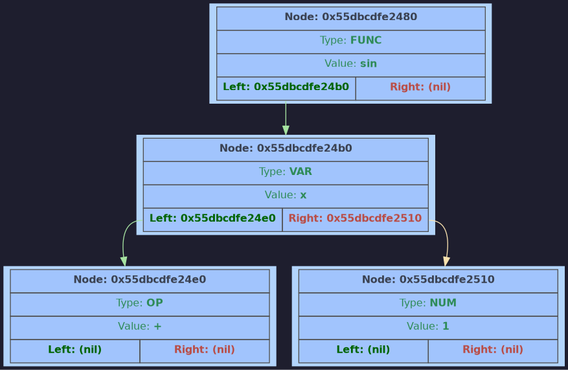
The Graphviz diagram GraphDump/dump.png in F1merhub/Differencator, before a commit. Its source is kept beside it as GraphDump/dump.dot.
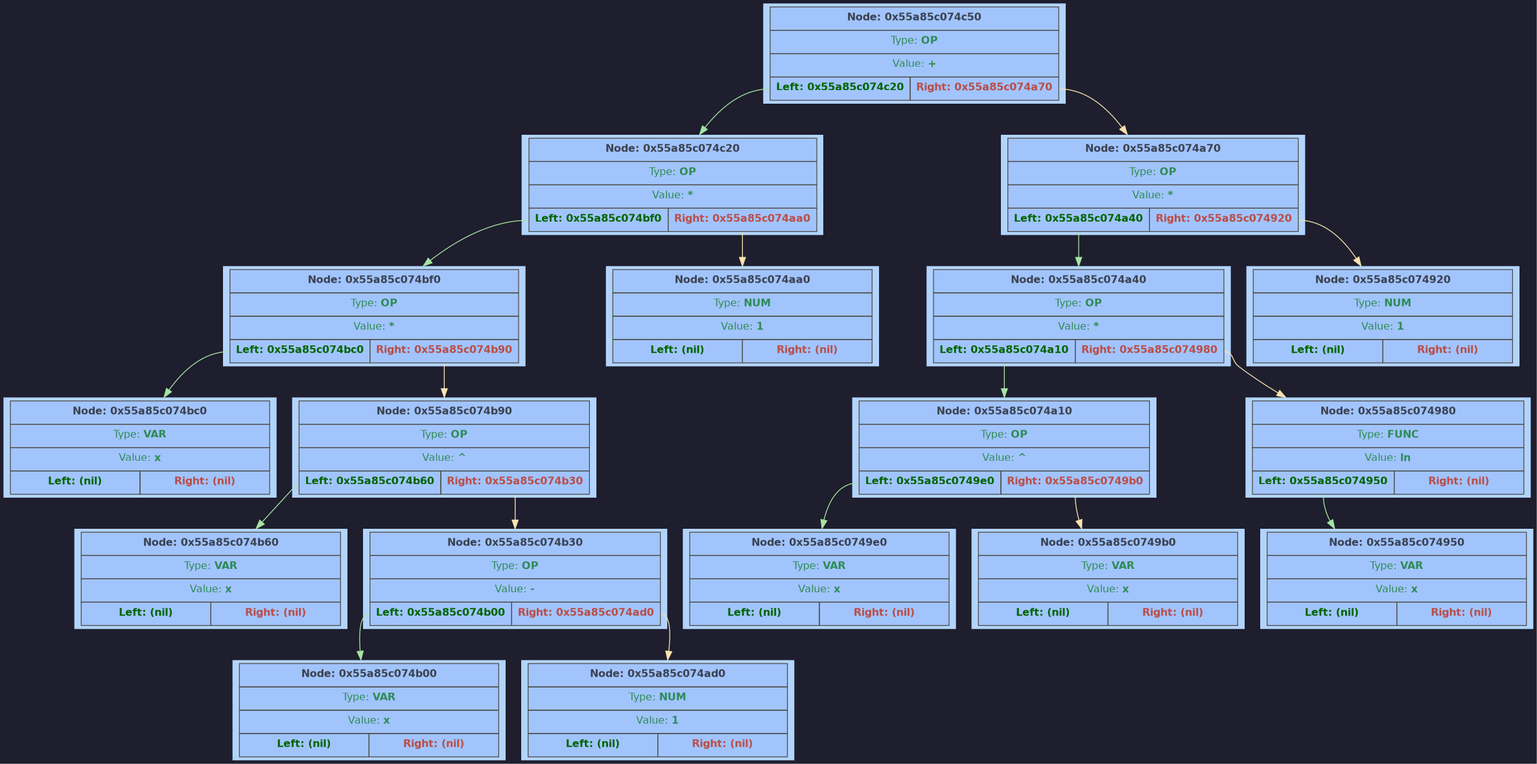
The same file after the commit.

The edit, as a diff of the source:
```diff
@@ -2,69 +2,201 @@
 	rankdir = TB;
 	bgcolor="#1e1e2e";
 	node [shape=rectangle, style=filled, fontname=Helvetica, fontsize=12, fillcolor="#89b4fa", color="#cba6f7", fontcolor="#1e1e2e"];
-	node0x56256ab42480 [shape=plaintext; style=filled; color="#fcf0d2"; fillcolor="#b2d4fc"; label = <
+	node0x55a85c074c50 [shape=plaintext; style=filled; color="#fcf0d2"; fillcolor="#b2d4fc"; label = <
 		<table BORDER="0" CELLBORDER="1" CELLSPACING="0" CELLPADDING="6" BGCOLOR="#a1c4fd" COLOR="#4f4f4f">
-			<tr><td align='center' colspan='2'><FONT COLOR='#3b4252'><b>Node: 0x56256ab42480</b></FONT></td></tr>
-			<tr><td align='center' colspan='2'><FONT COLOR='#2e8b57'>Type: <b>FUNC</b></FONT></td></tr>
-			<tr><td align='center' colspan='2'><FONT COLOR='#2e8b57'>Value: <b>sin</b></FONT></td></tr>
+			<tr><td align='center' colspan='2'><FONT COLOR='#3b4252'><b>Node: 0x55a85c074c50</b></FONT></td></tr>
+			<tr><td align='center' colspan='2'><FONT COLOR='#2e8b57'>Type: <b>OP</b></FONT></td></tr>
+			<tr><td align='center' colspan='2'><FONT COLOR='#2e8b57'>Value: <b>+</b></FONT></td></tr>
 			<tr>
-				<td WIDTH='150' PORT='left' align='center'><FONT COLOR='#006400'><b>Left: 0x56256ab424b0</b></FONT></td>
-				<td WIDTH='150' PORT='right' align='center'><FONT COLOR='#b94e48'><b>Right: (nil)</b></FONT></td>
+				<td WIDTH='150' PORT='left' align='center'><FONT COLOR='#006400'><b>Left: 0x55a85c074c20</b></FONT></td>
+				<td WIDTH='150' PORT='right' align='center'><FONT COLOR='#b94e48'><b>Right: 0x55a85c074a70</b></FONT></td>
 			</tr>
 		</table> >];
-	node0x56256ab424b0 [shape=plaintext; style=filled; color="#fcf0d2"; fillcolor="#b2d4fc"; label = <
+	node0x55a85c074c20 [shape=plaintext; style=filled; color="#fcf0d2"; fillcolor="#b2d4fc"; label = <
 		<table BORDER="0" CELLBORDER="1" CELLSPACING="0" CELLPADDING="6" BGCOLOR="#a1c4fd" COLOR="#4f4f4f">
-			<tr><td align='center' colspan='2'><FONT COLOR='#3b4252'><b>Node: 0x56256ab424b0</b></FONT></td></tr>
+			<tr><td align='center' colspan='2'><FONT COLOR='#3b4252'><b>Node: 0x55a85c074c20</b></FONT></td></tr>
 			<tr><td align='center' colspan='2'><FONT COLOR='#2e8b57'>Type: <b>OP</b></FONT></td></tr>
 			<tr><td align='center' colspan='2'><FONT COLOR='#2e8b57'>Value: <b>*</b></FONT></td></tr>
 			<tr>
-				<td WIDTH='150' PORT='left' align='center'><FONT COLOR='#006400'><b>Left: 0x56256ab424e0</b></FONT></td>
-				<td WIDTH='150' PORT='right' align='center'><FONT COLOR='#b94e48'><b>Right: 0x56256ab42570</b></FONT></td>
+				<td WIDTH='150' PORT='left' align='center'><FONT COLOR='#006400'><b>Left: 0x55a85c074bf0</b></FONT></td>
+				<td WIDTH='150' PORT='right' align='center'><FONT COLOR='#b94e48'><b>Right: 0x55a85c074aa0</b></FONT></td>
 			</tr>
 		</table> >];
-	node0x56256ab424e0 [shape=plaintext; style=filled; color="#fcf0d2"; fillcolor="#b2d4fc"; label = <
+	node0x55a85c074bf0 [shape=plaintext; style=filled; color="#fcf0d2"; fillcolor="#b2d4fc"; label = <
 		<table BORDER="0" CELLBORDER="1" CELLSPACING="0" CELLPADDING="6" BGCOLOR="#a1c4fd" COLOR="#4f4f4f">
-			<tr><td align='center' colspan='2'><FONT COLOR='#3b4252'><b>Node: 0x56256ab424e0</b></FONT></td></tr>
+			<tr><td align='center' colspan='2'><FONT COLOR='#3b4252'><b>Node: 0x55a85c074bf0</b></FONT></td></tr>
 			<tr><td align='center' colspan='2'><FONT COLOR='#2e8b57'>Type: <b>OP</b></FONT></td></tr>
-			<tr><td align='center' colspan='2'><FONT COLOR='#2e8b57'>Value: <b>/</b></FONT></td></tr>
+			<tr><td align='center' colspan='2'><FONT COLOR='#2e8b57'>Value: <b>*</b></FONT></td></tr>
 			<tr>
-				<td WIDTH='150' PORT='left' align='center'><FONT COLOR='#006400'><b>Left: 0x56256ab42510</b></FONT></td>
-				<td WIDTH='150' PORT='right' align='center'><FONT COLOR='#b94e48'><b>Right: 0x56256ab42540</b></FONT></td>
+				<td WIDTH='150' PORT='left' align='center'><FONT COLOR='#006400'><b>Left: 0x55a85c074bc0</b></FONT></td>
+				<td WIDTH='150' PORT='right' align='center'><FONT COLOR='#b94e48'><b>Right: 0x55a85c074b90</b></FONT></td>
 			</tr>
 		</table> >];
-	node0x56256ab42510 [shape=plaintext; style=filled; color="#fcf0d2"; fillcolor="#b2d4fc"; label = <
+	node0x55a85c074bc0 [shape=plaintext; style=filled; color="#fcf0d2"; fillcolor="#b2d4fc"; label = <
 		<table BORDER="0" CELLBORDER="1" CELLSPACING="0" CELLPADDING="6" BGCOLOR="#a1c4fd" COLOR="#4f4f4f">
-			<tr><td align='center' colspan='2'><FONT COLOR='#3b4252'><b>Node: 0x56256ab42510</b></FONT></td></tr>
-			<tr><td align='center' colspan='2'><FONT COLOR='#2e8b57'>Type: <b>NUM</b></FONT></td></tr>
-			<tr><td align='center' colspan='2'><FONT COLOR='#2e8b57'>Value: <b>3.14159</b></FONT></td></tr>
+			<tr><td align='center' colspan='2'><FONT COLOR='#3b4252'><b>Node: 0x55a85c074bc0</b></FONT></td></tr>
+			<tr><td align='center' colspan='2'><FONT COLOR='#2e8b57'>Type: <b>VAR</b></FONT></td></tr>
+			<tr><td align='center' colspan='2'><FONT COLOR='#2e8b57'>Value: <b>x</b></FONT></td></tr>
 			<tr>
 				<td WIDTH='150' PORT='left' align='center'><FONT COLOR='#006400'><b>Left: (nil)</b></FONT></td>
 				<td WIDTH='150' PORT='right' align='center'><FONT COLOR='#b94e48'><b>Right: (nil)</b></FONT></td>
 			</tr>
 		</table> >];
-	node0x56256ab424e0:left -> node0x56256ab42510 [color="#a6e3a1"]
-	node0x56256ab42540 [shape=plaintext; style=filled; color="#fcf0d2"; fillcolor="#b2d4fc"; label = <
+	node0x55a85c074bf0:left -> node0x55a85c074bc0 [color="#a6e3a1"]
+	node0x55a85c074b90 [shape=plaintext; style=filled; color="#fcf0d2"; fillcolor="#b2d4fc"; label = <
 		<table BORDER="0" CELLBORDER="1" CELLSPACING="0" CELLPADDING="6" BGCOLOR="#a1c4fd" COLOR="#4f4f4f">
-			<tr><td align='center' colspan='2'><FONT COLOR='#3b4252'><b>Node: 0x56256ab42540</b></FONT></td></tr>
-			<tr><td align='center' colspan='2'><FONT COLOR='#2e8b57'>Type: <b>NUM</b></FONT></td></tr>
-			<tr><td align='center' colspan='2'><FONT COLOR='#2e8b57'>Value: <b>2</b></FONT></td></tr>
+			<tr><td align='center' colspan='2'><FONT COLOR='#3b4252'><b>Node: 0x55a85c074b90</b></FONT></td></tr>
+			<tr><td align='center' colspan='2'><FONT COLOR='#2e8b57'>Type: <b>OP</b></FONT></td></tr>
+			<tr><td align='center' colspan='2'><FONT COLOR='#2e8b57'>Value: <b>^</b></FONT></td></tr>
+			<tr>
+				<td WIDTH='150' PORT='left' align='center'><FONT COLOR='#006400'><b>Left: 0x55a85c074b60</b></FONT></td>
+				<td WIDTH='150' PORT='right' align='center'><FONT COLOR='#b94e48'><b>Right: 0x55a85c074b30</b></FONT></td>
+			</tr>
+		</table> >];
+	node0x55a85c074b60 [shape=plaintext; style=filled; color="#fcf0d2"; fillcolor="#b2d4fc"; label = <
+		<table BORDER="0" CELLBORDER="1" CELLSPACING="0" CELLPADDING="6" BGCOLOR="#a1c4fd" COLOR="#4f4f4f">
+			<tr><td align='center' colspan='2'><FONT COLOR='#3b4252'><b>Node: 0x55a85c074b60</b></FONT></td></tr>
+			<tr><td align='center' colspan='2'><FONT COLOR='#2e8b57'>Type: <b>VAR</b></FONT></td></tr>
+			<tr><td align='center' colspan='2'><FONT COLOR='#2e8b57'>Value: <b>x</b></FONT></td></tr>
 			<tr>
 				<td WIDTH='150' PORT='left' align='center'><FONT COLOR='#006400'><b>Left: (nil)</b></FONT></td>
 				<td WIDTH='150' PORT='right' align='center'><FONT COLOR='#b94e48'><b>Right: (nil)</b></FONT></td>
 			</tr>
 		</table> >];
-	node0x56256ab424e0:right -> node0x56256ab42540 [color="#f9e2af"]
-	node0x56256ab424b0:left -> node0x56256ab424e0 [color="#a6e3a1"]
-	node0x56256ab42570 [shape=plaintext; style=filled; color="#fcf0d2"; fillcolor="#b2d4fc"; label = <
+	node0x55a85c074b90:left -> node0x55a85c074b60 [color="#a6e3a1"]
+	node0x55a85c074b30 [shape=plaintext; style=filled; color="#fcf0d2"; fillcolor="#b2d4fc"; label = <
 		<table BORDER="0" CELLBORDER="1" CELLSPACING="0" CELLPADDING="6" BGCOLOR="#a1c4fd" COLOR="#4f4f4f">
-			<tr><td align='center' colspan='2'><FONT COLOR='#3b4252'><b>Node: 0x56256ab42570</b></FONT></td></tr>
-			<tr><td align='center' colspan='2'><FONT COLOR='#2e8b57'>Type: <b>NUM</b></FONT></td></tr>
-			<tr><td align='center' colspan='2'><FONT COLOR='#2e8b57'>Value: <b>-1</b></FONT></td></tr>
+			<tr><td align='center' colspan='2'><FONT COLOR='#3b4252'><b>Node: 0x55a85c074b30</b></FONT></td></tr>
+			<tr><td align='center' colspan='2'><FONT COLOR='#2e8b57'>Type: <b>OP</b></FONT></td></tr>
+			<tr><td align='center' colspan='2'><FONT COLOR='#2e8b57'>Value: <b>-</b></FONT></td></tr>
+			<tr>
+				<td WIDTH='150' PORT='left' align='center'><FONT COLOR='#006400'><b>Left: 0x55a85c074b00</b></FONT></td>
+				<td WIDTH='150' PORT='right' align='center'><FONT COLOR='#b94e48'><b>Right: 0x55a85c074ad0</b></FONT></td>
+			</tr>
+		</table> >];
+	node0x55a85c074b00 [shape=plaintext; style=filled; color="#fcf0d2"; fillcolor="#b2d4fc"; label = <
+		<table BORDER="0" CELLBORDER="1" CELLSPACING="0" CELLPADDING="6" BGCOLOR="#a1c4fd" COLOR="#4f4f4f">
+			<tr><td align='center' colspan='2'><FONT COLOR='#3b4252'><b>Node: 0x55a85c074b00</b></FONT></td></tr>
+			<tr><td align='center' colspan='2'><FONT COLOR='#2e8b57'>Type: <b>VAR</b></FONT></td></tr>
+			<tr><td align='center' colspan='2'><FONT COLOR='#2e8b57'>Value: <b>x</b></FONT></td></tr>
 			<tr>
 				<td WIDTH='150' PORT='left' align='center'><FONT COLOR='#006400'><b>Left: (nil)</b></FONT></td>
 				<td WIDTH='150' PORT='right' align='center'><FONT COLOR='#b94e48'><b>Right: (nil)</b></FONT></td>
 			</tr>
 		</table> >];
-	node0x56256ab424b0:right -> node0x56256ab42570 [color="#f9e2af"]
-	node0x56256ab42480:left -> node0x56256ab424b0 [color="#a6e3a1"]
+	node0x55a85c074b30:left -> node0x55a85c074b00 [color="#a6e3a1"]
+	node0x55a85c074ad0 [shape=plaintext; style=filled; color="#fcf0d2"; fillcolor="#b2d4fc"; label = <
+		<table BORDER="0" CELLBORDER="1" CELLSPACING="0" CELLPADDING="6" BGCOLOR="#a1c4fd" COLOR="#4f4f4f">
+			<tr><td align='center' colspan='2'><FONT COLOR='#3b4252'><b>Node: 0x55a85c074ad0</b></FONT></td></tr>
+			<tr><td align='center' colspan='2'><FONT COLOR='#2e8b57'>Type: <b>NUM</b></FONT></td></tr>
+			<tr><td align='center' colspan='2'><FONT COLOR='#2e8b57'>Value: <b>1</b></FONT></td></tr>
+			<tr>
+				<td WIDTH='150' PORT='left' align='center'><FONT COLOR='#006400'><b>Left: (nil)</b></FONT></td>
+				<td WIDTH='150' PORT='right' align='center'><FONT COLOR='#b94e48'><b>Right: (nil)</b></FONT></td>
+			</tr>
+		</table> >];
+	node0x55a85c074b30:right -> node0x55a85c074ad0 [color="#f9e2af"]
+	node0x55a85c074b90:right -> node0x55a85c074b30 [color="#f9e2af"]
+	node0x55a85c074bf0:right -> node0x55a85c074b90 [color="#f9e2af"]
+	node0x55a85c074c20:left -> node0x55a85c074bf0 [color="#a6e3a1"]
+	node0x55a85c074aa0 [shape=plaintext; style=filled; color="#fcf0d2"; fillcolor="#b2d4fc"; label = <
+		<table BORDER="0" CELLBORDER="1" CELLSPACING="0" CELLPADDING="6" BGCOLOR="#a1c4fd" COLOR="#4f4f4f">
+			<tr><td align='center' colspan='2'><FONT COLOR='#3b4252'><b>Node: 0x55a85c074aa0</b></FONT></td></tr>
+			<tr><td align='center' colspan='2'><FONT COLOR='#2e8b57'>Type: <b>NUM</b></FONT></td></tr>
+			<tr><td align='center' colspan='2'><FONT COLOR='#2e8b57'>Value: <b>1</b></FONT></td></tr>
+			<tr>
+				<td WIDTH='150' PORT='left' align='center'><FONT COLOR='#006400'><b>Left: (nil)</b></FONT></td>
+				<td WIDTH='150' PORT='right' align='center'><FONT COLOR='#b94e48'><b>Right: (nil)</b></FONT></td>
+			</tr>
+		</table> >];
+	node0x55a85c074c20:right -> node0x55a85c074aa0 [color="#f9e2af"]
+	node0x55a85c074c50:left -> node0x55a85c074c20 [color="#a6e3a1"]
+	node0x55a85c074a70 [shape=plaintext; style=filled; color="#fcf0d2"; fillcolor="#b2d4fc"; label = <
+		<table BORDER="0" CELLBORDER="1" CELLSPACING="0" CELLPADDING="6" BGCOLOR="#a1c4fd" COLOR="#4f4f4f">
+			<tr><td align='center' colspan='2'><FONT COLOR='#3b4252'><b>Node: 0x55a85c074a70</b></FONT></td></tr>
+			<tr><td align='center' colspan='2'><FONT COLOR='#2e8b57'>Type: <b>OP</b></FONT></td></tr>
+			<tr><td align='center' colspan='2'><FONT COLOR='#2e8b57'>Value: <b>*</b></FONT></td></tr>
+			<tr>
+				<td WIDTH='150' PORT='left' align='center'><FONT COLOR='#006400'><b>Left: 0x55a85c074a40</b></FONT></td>
+				<td WIDTH='150' PORT='right' align='center'><FONT COLOR='#b94e48'><b>Right: 0x55a85c074920</b></FONT></td>
+			</tr>
+		</table> >];
+	node0x55a85c074a40 [shape=plaintext; style=filled; color="#fcf0d2"; fillcolor="#b2d4fc"; label = <
+		<table BORDER="0" CELLBORDER="1" CELLSPACING="0" CELLPADDING="6" BGCOLOR="#a1c4fd" COLOR="#4f4f4f">
+			<tr><td align='center' colspan='2'><FONT COLOR='#3b4252'><b>Node: 0x55a85c074a40</b></FONT></td></tr>
+			<tr><td align='center' colspan='2'><FONT COLOR='#2e8b57'>Type: <b>OP</b></FONT></td></tr>
+			<tr><td align='center' colspan='2'><FONT COLOR='#2e8b57'>Value: <b>*</b></FONT></td></tr>
+			<tr>
+				<td WIDTH='150' PORT='left' align='center'><FONT COLOR='#006400'><b>Left: 0x55a85c074a10</b></FONT></td>
+				<td WIDTH='150' PORT='right' align='center'><FONT COLOR='#b94e48'><b>Right: 0x55a85c074980</b></FONT></td>
+			</tr>
+		</table> >];
+	node0x55a85c074a10 [shape=plaintext; style=filled; color="#fcf0d2"; fillcolor="#b2d4fc"; label = <
+		<table BORDER="0" CELLBORDER="1" CELLSPACING="0" CELLPADDING="6" BGCOLOR="#a1c4fd" COLOR="#4f4f4f">
+			<tr><td align='center' colspan='2'><FONT COLOR='#3b4252'><b>Node: 0x55a85c074a10</b></FONT></td></tr>
+			<tr><td align='center' colspan='2'><FONT COLOR='#2e8b57'>Type: <b>OP</b></FONT></td></tr>
+			<tr><td align='center' colspan='2'><FONT COLOR='#2e8b57'>Value: <b>^</b></FONT></td></tr>
+			<tr>
+				<td WIDTH='150' PORT='left' align='center'><FONT COLOR='#006400'><b>Left: 0x55a85c0749e0</b></FONT></td>
+				<td WIDTH='150' PORT='right' align='center'><FONT COLOR='#b94e48'><b>Right: 0x55a85c0749b0</b></FONT></td>
+			</tr>
+		</table> >];
+	node0x55a85c0749e0 [shape=plaintext; style=filled; color="#fcf0d2"; fillcolor="#b2d4fc"; label = <
+		<table BORDER="0" CELLBORDER="1" CELLSPACING="0" CELLPADDING="6" BGCOLOR="#a1c4fd" COLOR="#4f4f4f">
+			<tr><td align='center' colspan='2'><FONT COLOR='#3b4252'><b>Node: 0x55a85c0749e0</b></FONT></td></tr>
+			<tr><td align='center' colspan='2'><FONT COLOR='#2e8b57'>Type: <b>VAR</b></FONT></td></tr>
+			<tr><td align='center' colspan='2'><FONT COLOR='#2e8b57'>Value: <b>x</b></FONT></td></tr>
+			<tr>
+				<td WIDTH='150' PORT='left' align='center'><FONT COLOR='#006400'><b>Left: (nil)</b></FONT></td>
+				<td WIDTH='150' PORT='right' align='center'><FONT COLOR='#b94e48'><b>Right: (nil)</b></FONT></td>
+			</tr>
+		</table> >];
+	node0x55a85c074a10:left -> node0x55a85c0749e0 [color="#a6e3a1"]
+	node0x55a85c0749b0 [shape=plaintext; style=filled; color="#fcf0d2"; fillcolor="#b2d4fc"; label = <
+		<table BORDER="0" CELLBORDER="1" CELLSPACING="0" CELLPADDING="6" BGCOLOR="#a1c4fd" COLOR="#4f4f4f">
+			<tr><td align='center' colspan='2'><FONT COLOR='#3b4252'><b>Node: 0x55a85c0749b0</b></FONT></td></tr>
+			<tr><td align='center' colspan='2'><FONT COLOR='#2e8b57'>Type: <b>VAR</b></FONT></td></tr>
+			<tr><td align='center' colspan='2'><FONT COLOR='#2e8b57'>Value: <b>x</b></FONT></td></tr>
+			<tr>
+				<td WIDTH='150' PORT='left' align='center'><FONT COLOR='#006400'><b>Left: (nil)</b></FONT></td>
+				<td WIDTH='150' PORT='right' align='center'><FONT COLOR='#b94e48'><b>Right: (nil)</b></FONT></td>
+			</tr>
+		</table> >];
+	node0x55a85c074a10:right -> node0x55a85c0749b0 [color="#f9e2af"]
+	node0x55a85c074a40:left -> node0x55a85c074a10 [color="#a6e3a1"]
+	node0x55a85c074980 [shape=plaintext; style=filled; color="#fcf0d2"; fillcolor="#b2d4fc"; label = <
+		<table BORDER="0" CELLBORDER="1" CELLSPACING="0" CELLPADDING="6" BGCOLOR="#a1c4fd" COLOR="#4f4f4f">
+			<tr><td align='center' colspan='2'><FONT COLOR='#3b4252'><b>Node: 0x55a85c074980</b></FONT></td></tr>
+			<tr><td align='center' colspan='2'><FONT COLOR='#2e8b57'>Type: <b>FUNC</b></FONT></td></tr>
+			<tr><td align='center' colspan='2'><FONT COLOR='#2e8b57'>Value: <b>ln</b></FONT></td></tr>
+			<tr>
+				<td WIDTH='150' PORT='left' align='center'><FONT COLOR='#006400'><b>Left: 0x55a85c074950</b></FONT></td>
+				<td WIDTH='150' PORT='right' align='center'><FONT COLOR='#b94e48'><b>Right: (nil)</b></FONT></td>
+			</tr>
+		</table> >];
+	node0x55a85c074950 [shape=plaintext; style=filled; color="#fcf0d2"; fillcolor="#b2d4fc"; label = <
+		<table BORDER="0" CELLBORDER="1" CELLSPACING="0" CELLPADDING="6" BGCOLOR="#a1c4fd" COLOR="#4f4f4f">
+			<tr><td align='center' colspan='2'><FONT COLOR='#3b4252'><b>Node: 0x55a85c074950</b></FONT></td></tr>
+			<tr><td align='center' colspan='2'><FONT COLOR='#2e8b57'>Type: <b>VAR</b></FONT></td></tr>
+			<tr><td align='center' colspan='2'><FONT COLOR='#2e8b57'>Value: <b>x</b></FONT></td></tr>
+			<tr>
+				<td WIDTH='150' PORT='left' align='center'><FONT COLOR='#006400'><b>Left: (nil)</b></FONT></td>
+				<td WIDTH='150' PORT='right' align='center'><FONT COLOR='#b94e48'><b>Right: (nil)</b></FONT></td>
+			</tr>
+		</table> >];
+	node0x55a85c074980:left -> node0x55a85c074950 [color="#a6e3a1"]
+	node0x55a85c074a40:right -> node0x55a85c074980 [color="#f9e2af"]
+	node0x55a85c074a70:left -> node0x55a85c074a40 [color="#a6e3a1"]
+	node0x55a85c074920 [shape=plaintext; style=filled; color="#fcf0d2"; fillcolor="#b2d4fc"; label = <
+		<table BORDER="0" CELLBORDER="1" CELLSPACING="0" CELLPADDING="6" BGCOLOR="#a1c4fd" COLOR="#4f4f4f">
+			<tr><td align='center' colspan='2'><FONT COLOR='#3b4252'><b>Node: 0x55a85c074920</b></FONT></td></tr>
+			<tr><td align='center' colspan='2'><FONT COLOR='#2e8b57'>Type: <b>NUM</b></FONT></td></tr>
+			<tr><td align='center' colspan='2'><FONT COLOR='#2e8b57'>Value: <b>1</b></FONT></td></tr>
+			<tr>
+				<td WIDTH='150' PORT='left' align='center'><FONT COLOR='#006400'><b>Left: (nil)</b></FONT></td>
+				<td WIDTH='150' PORT='right' align='center'><FONT COLOR='#b94e48'><b>Right: (nil)</b></FONT></td>
+			</tr>
+		</table> >];
+	node0x55a85c074a70:right -> node0x55a85c074920 [color="#f9e2af"]
+	node0x55a85c074c50:right -> node0x55a85c074a70 [color="#f9e2af"]
 }
```
